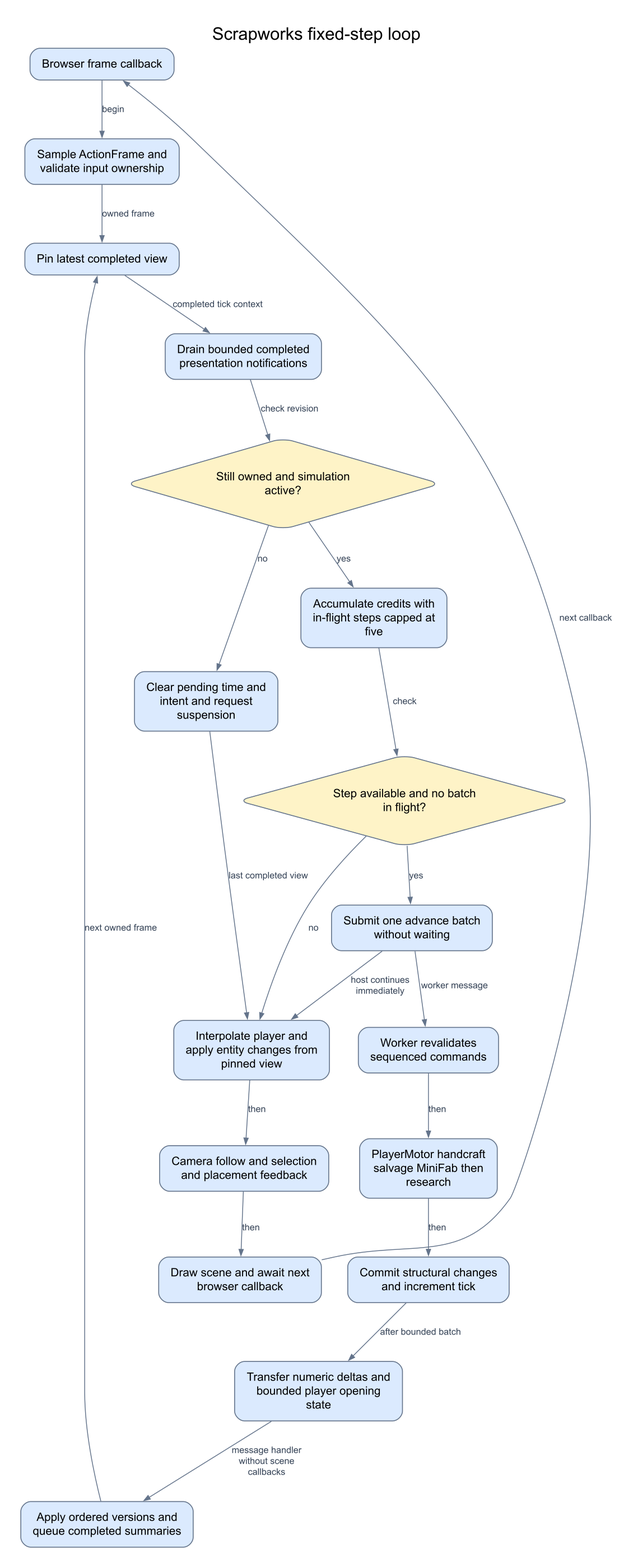
Earlier version of the Mermaid export docs/diagrams/fixed-step-loop.png (Googlproxer/Scrapworks). Its source is kept beside it as docs/diagrams/src/fixed-step-loop.mmd.
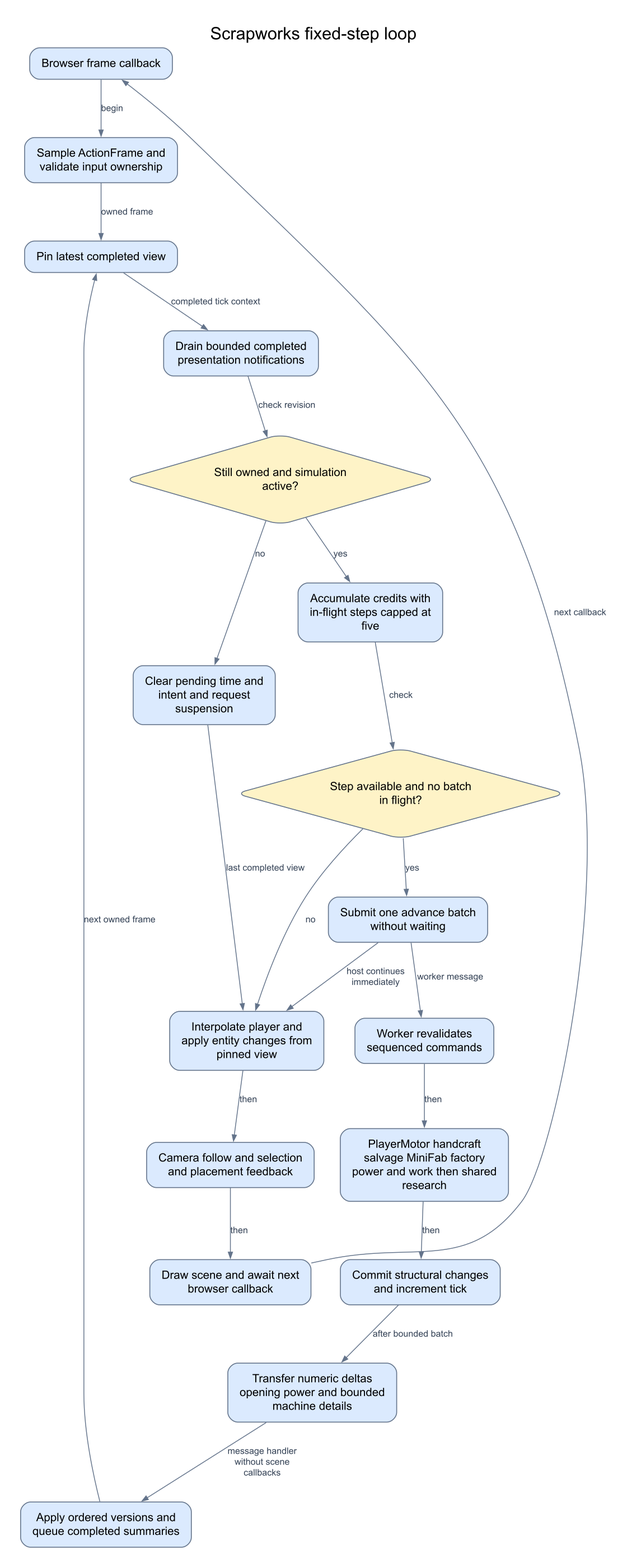
The same diagram one commit later.

The edit, as a diff of the source:
```diff
@@ -9,9 +9,9 @@
     Available{Step available and no batch in flight?}
     Send[Submit one advance batch without waiting]
     Commands[Worker revalidates sequenced commands]
-    Systems[PlayerMotor handcraft salvage MiniFab then research]
+    Systems[PlayerMotor handcraft salvage MiniFab factory power and work then shared research]
     Commit[Commit structural changes and increment tick]
-    Publish[Transfer numeric deltas and bounded player opening state]
+    Publish[Transfer numeric deltas opening power and bounded machine details]
     Cache[Apply ordered versions and queue completed summaries]
     Present[Interpolate player and apply entity changes from pinned view]
     Feedback[Camera follow and selection and placement feedback]
```
